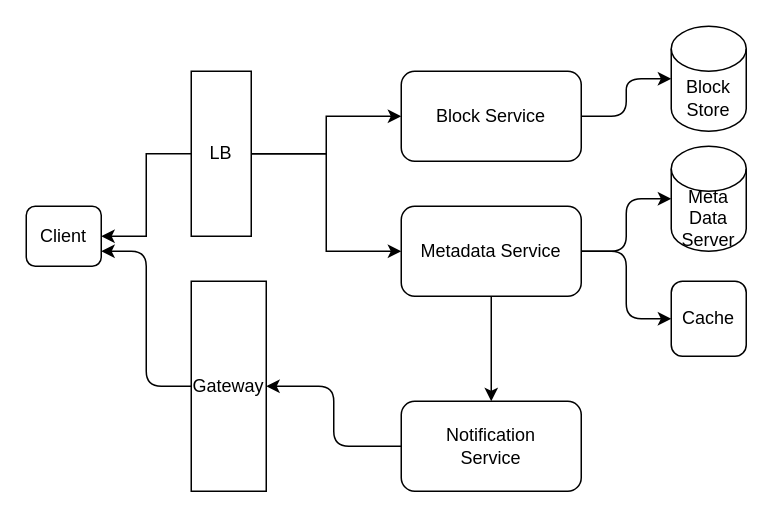
Above: cloud-storage/cloud-storage.drawio in wuqunfei/system-design-in-action (draw.io), before the change. Source tidied: cells renumbered, new cells numbered last; positions are measured from the earlier drawing's top-left corner, leaving out a move shared by most shapes. Both pictures are drawn from the tidied source at 150%, with x=0, y=0 at pixel (26, 26).
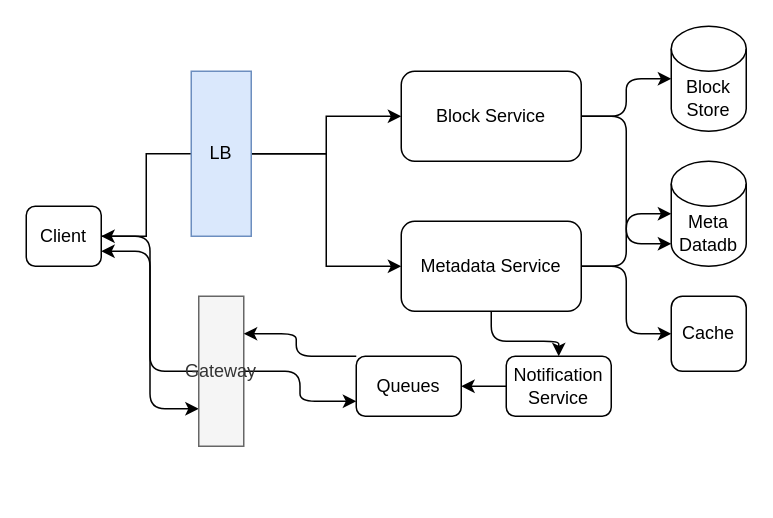
The same diagram, later.

The change refers to these unchanged cells:
```xml
<mxCell id="2" value="Client" style="rounded=1;whiteSpace=wrap;html=1;" parent="1" vertex="1">
  <mxGeometry y="120" width="50" height="40" as="geometry" />
</mxCell>
<mxCell id="8" value="Block Service" style="rounded=1;whiteSpace=wrap;html=1;" parent="1" vertex="1">
  <mxGeometry x="250" y="30" width="120" height="60" as="geometry" />
</mxCell>
```

What changed in the source:
```diff
@@
+    <mxCell id="20" style="edgeStyle=orthogonalEdgeStyle;rounded=1;jettySize=auto;html=1;entryX=0;entryY=0.75;entryDx=0;entryDy=0;" parent="1" edge="1" source="2" target="19">
+      <mxGeometry relative="1" as="geometry" />
+    </mxCell>
@@
-    <mxCell id="6" value="LB" style="rounded=0;whiteSpace=wrap;html=1;" parent="1" vertex="1">
+    <mxCell id="6" value="LB" style="rounded=0;whiteSpace=wrap;html=1;fillColor=#dae8fc;strokeColor=#6c8ebf;" parent="1" vertex="1">
       <mxGeometry x="110" y="30" width="40" height="110" as="geometry" />
     </mxCell>
@@
+    <mxCell id="21" style="edgeStyle=orthogonalEdgeStyle;rounded=1;jettySize=auto;html=1;entryX=0;entryY=1;entryDx=0;entryDy=-15;entryPerimeter=0;" parent="1" edge="1" source="8" target="16">
+      <mxGeometry relative="1" as="geometry" />
+    </mxCell>
@@
     <mxCell id="12" value="Metadata Service" style="rounded=1;whiteSpace=wrap;html=1;" parent="1" vertex="1">
-      <mxGeometry x="250" y="120" width="120" height="60" as="geometry" />
+      <mxGeometry x="250" y="130" width="120" height="60" as="geometry" />
     </mxCell>
-    <mxCell id="13" style="edgeStyle=orthogonalEdgeStyle;rounded=1;jettySize=auto;html=1;" parent="1" edge="1" source="14" target="19">
-      <mxGeometry relative="1" as="geometry" />
-    </mxCell>
+    <mxCell id="22" style="edgeStyle=orthogonalEdgeStyle;rounded=1;jettySize=auto;html=1;entryX=1;entryY=0.5;entryDx=0;entryDy=0;" parent="1" edge="1" source="14" target="25">
+      <mxGeometry relative="1" as="geometry" />
+    </mxCell>
     <mxCell id="14" value="Notification&lt;br&gt;Service" style="rounded=1;whiteSpace=wrap;html=1;" parent="1" vertex="1">
-      <mxGeometry x="250" y="250" width="120" height="60" as="geometry" />
+      <mxGeometry x="320" y="220" width="70" height="40" as="geometry" />
     </mxCell>
@@
-    <mxCell id="16" value="Meta&lt;br&gt;Data&lt;br&gt;Server" style="shape=cylinder3;whiteSpace=wrap;html=1;boundedLbl=1;backgroundOutline=1;size=15;" parent="1" vertex="1">
-      <mxGeometry x="430" y="80" width="50" height="70" as="geometry" />
+    <mxCell id="16" value="Meta&lt;br&gt;Datadb" style="shape=cylinder3;whiteSpace=wrap;html=1;boundedLbl=1;backgroundOutline=1;size=15;" parent="1" vertex="1">
+      <mxGeometry x="430" y="90" width="50" height="70" as="geometry" />
     </mxCell>
     <mxCell id="17" value="Cache" style="rounded=1;whiteSpace=wrap;html=1;" parent="1" vertex="1">
-      <mxGeometry x="430" y="170" width="50" height="50" as="geometry" />
+      <mxGeometry x="430" y="180" width="50" height="50" as="geometry" />
     </mxCell>
@@
+    <mxCell id="23" style="edgeStyle=orthogonalEdgeStyle;rounded=1;jettySize=auto;html=1;entryX=0;entryY=0.75;entryDx=0;entryDy=0;" parent="1" edge="1" source="19" target="25">
+      <mxGeometry relative="1" as="geometry" />
+    </mxCell>
-    <mxCell id="19" value="Gateway&lt;br&gt;" style="rounded=0;whiteSpace=wrap;html=1;" parent="1" vertex="1">
-      <mxGeometry x="110" y="170" width="50" height="140" as="geometry" />
+    <mxCell id="19" value="Gateway&lt;br&gt;" style="rounded=0;whiteSpace=wrap;html=1;fillColor=#f5f5f5;fontColor=#333333;strokeColor=#666666;" parent="1" vertex="1">
+      <mxGeometry x="115" y="180" width="30" height="100" as="geometry" />
     </mxCell>
+    <mxCell id="24" style="edgeStyle=orthogonalEdgeStyle;rounded=1;jettySize=auto;html=1;entryX=1;entryY=0.25;entryDx=0;entryDy=0;" parent="1" edge="1" source="25" target="19">
+      <mxGeometry relative="1" as="geometry">
+        <Array as="points">
+          <mxPoint x="180" y="220" />
+          <mxPoint x="180" y="205" />
+        </Array>
+      </mxGeometry>
+    </mxCell>
+    <mxCell id="25" value="Queues" style="rounded=1;whiteSpace=wrap;html=1;" parent="1" vertex="1">
+      <mxGeometry x="220" y="220" width="70" height="40" as="geometry" />
+    </mxCell>
```
